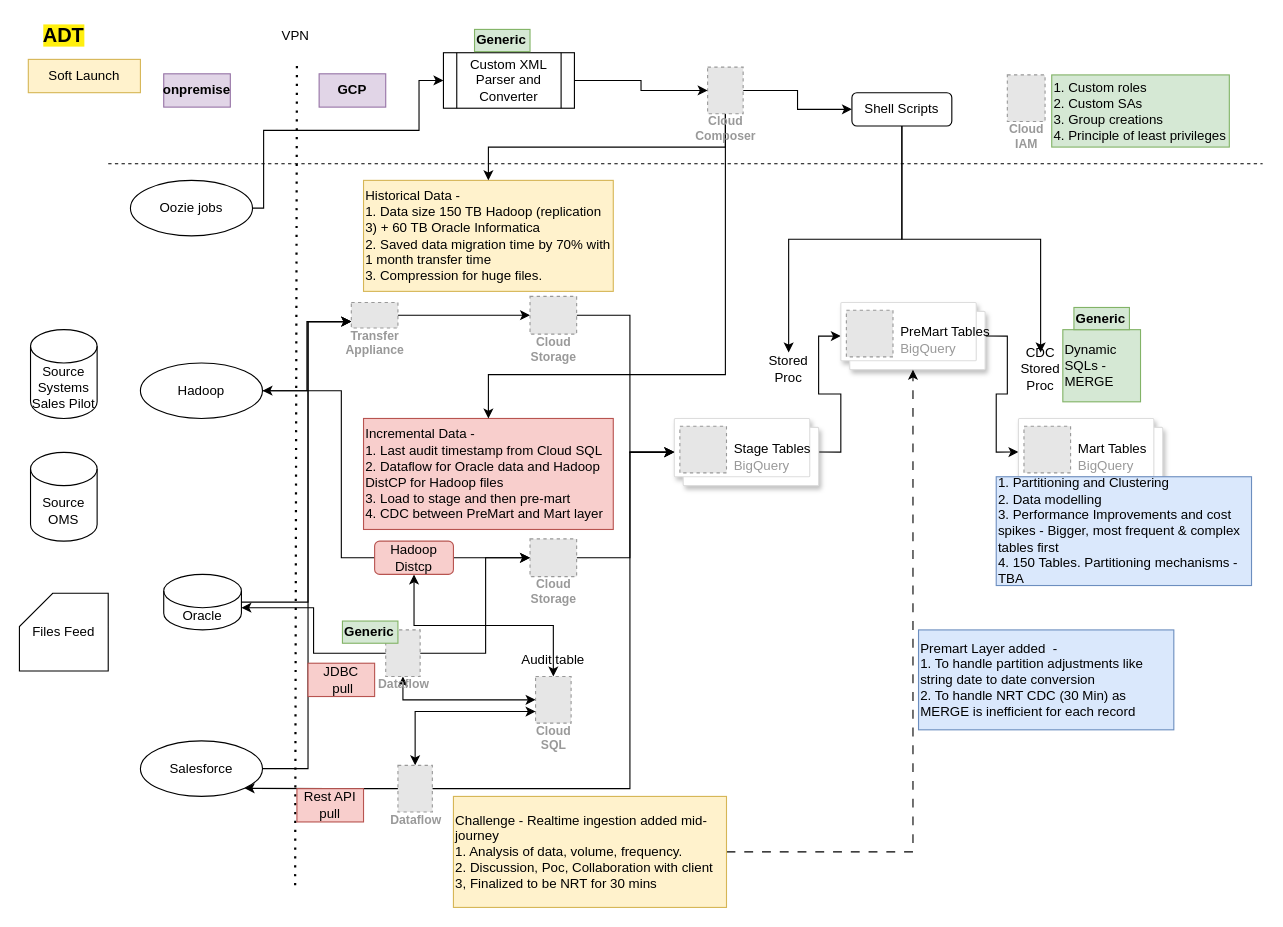
harshaldharme/ProjectSpaces keeps this draw.io diagram as ADT/ADT-Detailed.drawio. Above is the earlier version. Source tidied: cells renumbered, new cells numbered last; positions are measured from the earlier drawing's top-left corner, leaving out a move shared by most shapes. Both pictures are drawn from the tidied source at 111%, with x=0, y=0 at pixel (19, 19). Pictures stored in the file or linked from it are replaced by grey dashed boxes.
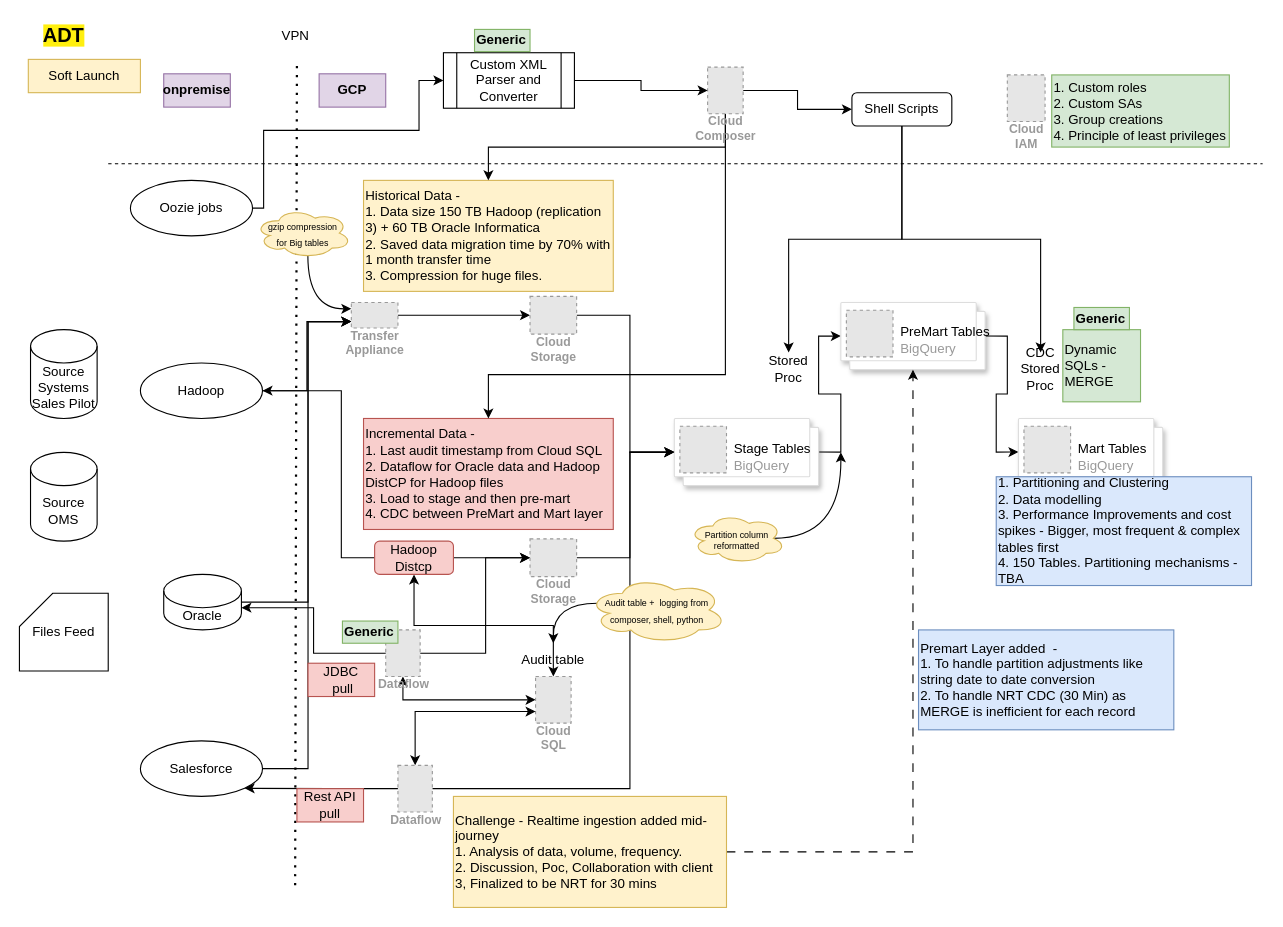
The same diagram, later.

The change refers to these unchanged cells:
```xml
<mxCell id="13" value="Transfer&#10;Appliance" style="fillColor=#E6E6E6;strokeColor=#999999;dashed=1;html=1;verticalAlign=top;labelPosition=center;verticalLabelPosition=bottom;align=center;spacingTop=-6;fontSize=11;fontStyle=1;fontColor=#999999;" parent="1" vertex="1">
  <mxGeometry x="299" y="255" width="42" height="23" as="geometry" />
</mxCell>
<mxCell id="39" value="Audit table" style="text;html=1;align=center;verticalAlign=middle;whiteSpace=wrap;rounded=0;" parent="1" vertex="1">
  <mxGeometry x="451" y="562" width="60" height="30" as="geometry" />
</mxCell>
```

The edit, as a diff of the source:
```diff
@@
+    <mxCell id="73" style="edgeStyle=orthogonalEdgeStyle;rounded=0;jettySize=auto;html=1;exitX=0.875;exitY=0.5;exitDx=0;exitDy=0;exitPerimeter=0;curved=1;" parent="1" edge="1" source="74">
+      <mxGeometry relative="1" as="geometry">
+        <mxPoint x="740" y="390" as="targetPoint" />
+      </mxGeometry>
+    </mxCell>
+    <mxCell id="74" value="&lt;font style=&quot;font-size: 8px;&quot;&gt;Partition column&lt;/font&gt;&lt;div style=&quot;font-size: 8px;&quot;&gt;&lt;font style=&quot;font-size: 8px;&quot;&gt;reformatted&lt;/font&gt;&lt;/div&gt;" style="ellipse;shape=cloud;whiteSpace=wrap;html=1;fillColor=#fff2cc;strokeColor=#d6b656;" parent="1" vertex="1">
+      <mxGeometry x="603" y="445" width="87" height="45" as="geometry" />
+    </mxCell>
+    <mxCell id="75" style="edgeStyle=orthogonalEdgeStyle;rounded=0;jettySize=auto;html=1;exitX=0.55;exitY=0.95;exitDx=0;exitDy=0;exitPerimeter=0;entryX=0;entryY=0.25;entryDx=0;entryDy=0;curved=1;" parent="1" edge="1" source="76" target="13">
+      <mxGeometry relative="1" as="geometry" />
+    </mxCell>
+    <mxCell id="76" value="&lt;span style=&quot;font-size: 8px;&quot;&gt;gzip compression&lt;/span&gt;&lt;div&gt;&lt;span style=&quot;font-size: 8px;&quot;&gt;for Big tables&lt;/span&gt;&lt;/div&gt;" style="ellipse;shape=cloud;whiteSpace=wrap;html=1;fillColor=#fff2cc;strokeColor=#d6b656;" parent="1" vertex="1">
+      <mxGeometry x="212" y="170" width="87" height="45" as="geometry" />
+    </mxCell>
+    <mxCell id="77" style="edgeStyle=orthogonalEdgeStyle;rounded=0;jettySize=auto;html=1;exitX=0.07;exitY=0.4;exitDx=0;exitDy=0;exitPerimeter=0;entryX=0.5;entryY=0;entryDx=0;entryDy=0;curved=1;" parent="1" edge="1" source="78" target="39">
+      <mxGeometry relative="1" as="geometry" />
+    </mxCell>
+    <mxCell id="78" value="&lt;span style=&quot;font-size: 8px;&quot;&gt;Audit table +&amp;nbsp; logging from composer, shell, python&lt;/span&gt;" style="ellipse;shape=cloud;whiteSpace=wrap;html=1;fillColor=#fff2cc;strokeColor=#d6b656;" parent="1" vertex="1">
+      <mxGeometry x="512" y="502" width="125" height="60" as="geometry" />
+    </mxCell>
```
